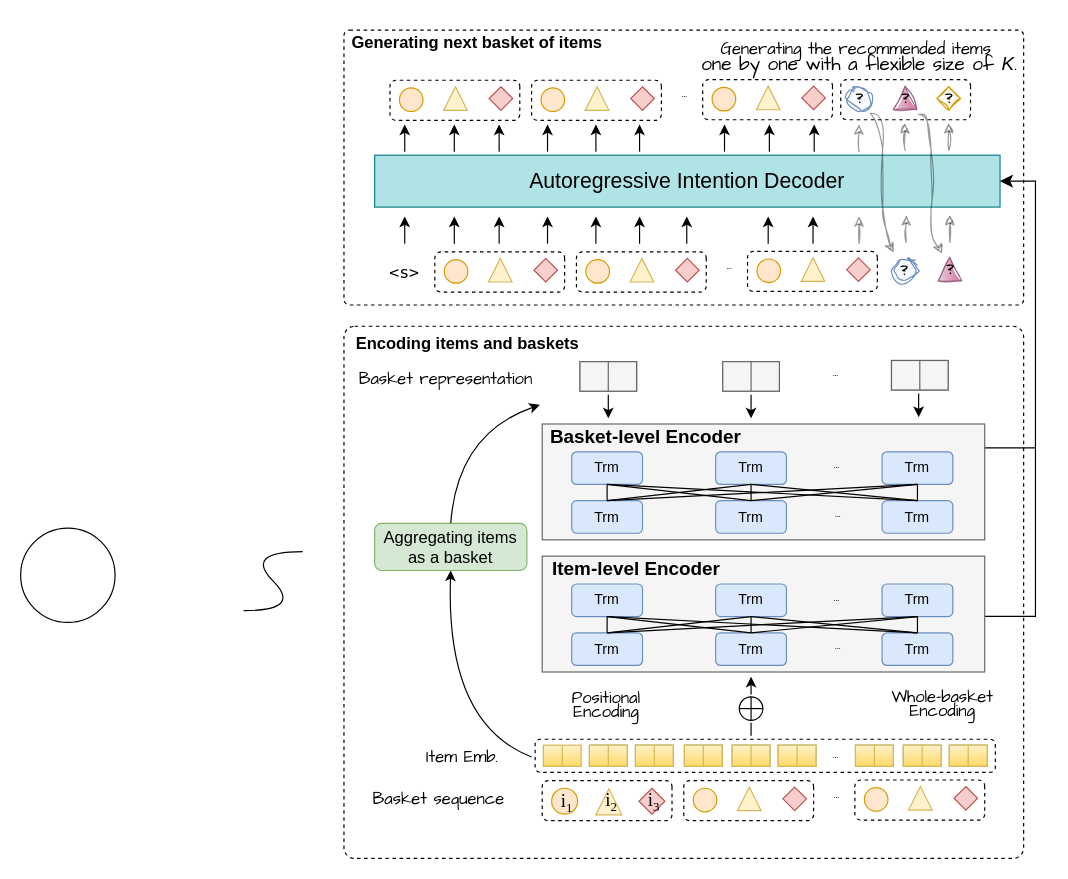
Earlier version of the draw.io diagram architecture.drawio (wenqisun/data). Source tidied: cells renumbered, new cells numbered last; positions are measured from the earlier drawing's top-left corner, leaving out a move shared by most shapes. Both pictures are drawn from the tidied source at 118%, with x=0, y=0 at pixel (20, 20).
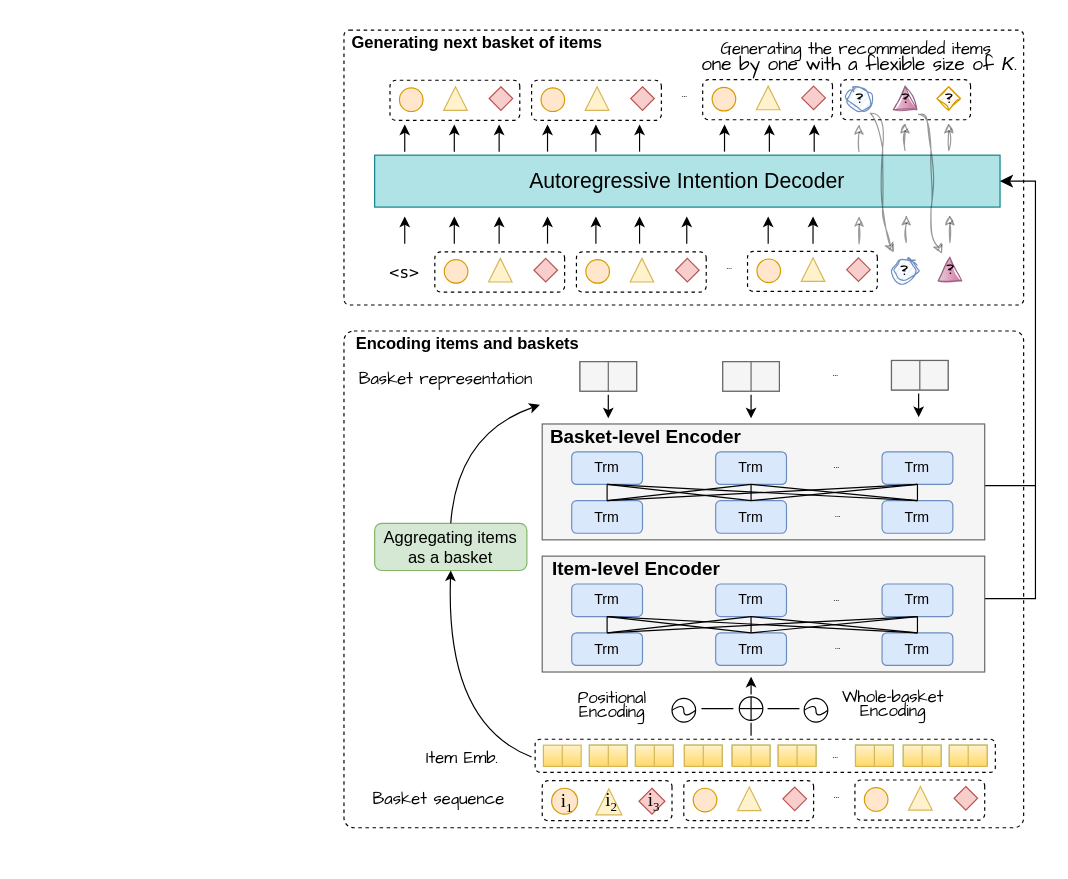
The same diagram, later.

Unchanged cells that the change refers to:
```xml
<mxCell id="65" value="&lt;font style=&quot;font-size: 18px;&quot;&gt;Autoregressive Intention Decoder&lt;/font&gt;" style="rounded=0;whiteSpace=wrap;html=1;fillColor=#b0e3e6;strokeColor=#0e8088;" parent="1" vertex="1">
  <mxGeometry x="300" y="114" width="530" height="44" as="geometry" />
</mxCell>
<mxCell id="157" style="rounded=0;whiteSpace=wrap;html=1;fillColor=#f5f5f5;fontColor=#333333;strokeColor=#666666;" parent="156" vertex="1">
  <mxGeometry x="1" y="5.8" width="375" height="98.2" as="geometry" />
</mxCell>
```

Diff of the diagram source:
```diff
@@
     <mxCell id="2" style="rounded=1;whiteSpace=wrap;html=1;fontFamily=Comic Sans MS;fontSize=12;dashed=1;arcSize=2;" parent="1" vertex="1">
-      <mxGeometry x="274" y="259" width="576" height="451" as="geometry" />
+      <mxGeometry x="274" y="263" width="576" height="421" as="geometry" />
     </mxCell>
@@
     <mxCell id="16" value="&lt;p style=&quot;line-height: 0%;&quot;&gt;&lt;font style=&quot;font-size: 14px;&quot; face=&quot;Comic Sans MS&quot;&gt;Item Emb.&lt;/font&gt;&lt;/p&gt;" style="text;strokeColor=none;align=center;fillColor=none;html=1;verticalAlign=middle;whiteSpace=wrap;rounded=0;dashed=1;" parent="1" vertex="1">
-      <mxGeometry x="336" y="609" width="76.5" height="30" as="geometry" />
+      <mxGeometry x="336" y="610" width="76.5" height="30" as="geometry" />
     </mxCell>
     <mxCell id="17" value="&lt;p style=&quot;line-height: 0%;&quot;&gt;&lt;font style=&quot;font-size: 14px;&quot; face=&quot;Comic Sans MS&quot;&gt;Whole-basket&lt;/font&gt;&lt;/p&gt;&lt;p style=&quot;line-height: 0%;&quot;&gt;&lt;font face=&quot;Comic Sans MS&quot;&gt;&lt;span style=&quot;font-size: 14px;&quot;&gt;Encoding&lt;/span&gt;&lt;/font&gt;&lt;/p&gt;" style="text;strokeColor=none;align=center;fillColor=none;html=1;verticalAlign=middle;whiteSpace=wrap;rounded=0;dashed=1;" parent="1" vertex="1">
-      <mxGeometry x="711.5" y="565" width="138.5" height="30" as="geometry" />
+      <mxGeometry x="683.5" y="565" width="110.5" height="30" as="geometry" />
     </mxCell>
     <mxCell id="18" value="&lt;p style=&quot;line-height: 0%;&quot;&gt;&lt;font style=&quot;font-size: 14px;&quot; face=&quot;Comic Sans MS&quot;&gt;Positional&lt;/font&gt;&lt;/p&gt;&lt;p style=&quot;line-height: 0%;&quot;&gt;&lt;font style=&quot;font-size: 14px;&quot; face=&quot;Comic Sans MS&quot;&gt;Encoding&lt;/font&gt;&lt;/p&gt;" style="text;strokeColor=none;align=center;fillColor=none;html=1;verticalAlign=middle;whiteSpace=wrap;rounded=0;dashed=1;" parent="1" vertex="1">
-      <mxGeometry x="446.5" y="565" width="98.5" height="30" as="geometry" />
+      <mxGeometry x="451.5" y="565" width="98.5" height="30" as="geometry" />
     </mxCell>
@@
-    <mxCell id="102" style="edgeStyle=elbowEdgeStyle;elbow=horizontal;endArrow=classic;html=1;curved=0;rounded=0;endSize=8;startSize=8;fontFamily=Lucida Console;fontSize=12;exitX=1;exitY=0.5;exitDx=0;exitDy=0;entryX=1;entryY=0.5;entryDx=0;entryDy=0;" parent="1" edge="1" target="65">
+    <mxCell id="102" style="edgeStyle=elbowEdgeStyle;elbow=horizontal;endArrow=classic;html=1;curved=0;rounded=0;endSize=8;startSize=8;fontFamily=Lucida Console;fontSize=12;entryX=1;entryY=0.5;entryDx=0;entryDy=0;exitX=0.987;exitY=0.366;exitDx=0;exitDy=0;exitPerimeter=0;" parent="1" edge="1" source="157" target="65">
       <mxGeometry relative="1" as="geometry">
-        <mxPoint x="817" y="504.9" as="sourcePoint" />
         <Array as="points">
           <mxPoint x="860" y="298" />
         </Array>
       </mxGeometry>
     </mxCell>
@@
     <mxCell id="122" style="endArrow=none;html=1;rounded=0;fontFamily=Helvetica;fontSize=18;exitX=1;exitY=0.5;exitDx=0;exitDy=0;" parent="1" edge="1">
       <mxGeometry relative="1" as="geometry">
-        <mxPoint x="817" y="362" as="sourcePoint" />
-        <mxPoint x="860" y="362" as="targetPoint" />
+        <mxPoint x="817" y="394" as="sourcePoint" />
+        <mxPoint x="860" y="394" as="targetPoint" />
       </mxGeometry>
     </mxCell>
@@
-    <mxCell id="154" style="ellipse;whiteSpace=wrap;html=1;" parent="1" vertex="1">
-      <mxGeometry y="430" width="80" height="80" as="geometry" />
-    </mxCell>
-    <mxCell id="155" style="curved=1;endArrow=none;html=1;rounded=0;endFill=0;" parent="1" edge="1">
-      <mxGeometry relative="1" as="geometry">
-        <mxPoint x="189" y="500" as="sourcePoint" />
-        <mxPoint x="239" y="450" as="targetPoint" />
-        <Array as="points">
-          <mxPoint x="239" y="500" />
-          <mxPoint x="189" y="450" />
-        </Array>
-      </mxGeometry>
-    </mxCell>
@@
+    <mxCell id="176" style="group;" parent="1" vertex="1">
+      <mxGeometry x="552" y="573" width="30" height="30" as="geometry" />
+    </mxCell>
+    <mxCell id="177" style="ellipse;whiteSpace=wrap;html=1;" parent="176" vertex="1">
+      <mxGeometry y="1.4" width="20" height="20" as="geometry" />
+    </mxCell>
+    <mxCell id="178" style="curved=1;endArrow=none;html=1;rounded=0;endFill=0;entryX=0;entryY=0.5;entryDx=0;entryDy=0;exitX=1;exitY=0.5;exitDx=0;exitDy=0;" parent="176" edge="1" source="177" target="177">
+      <mxGeometry relative="1" as="geometry">
+        <Array as="points">
+          <mxPoint x="10" y="19" />
+          <mxPoint x="10" y="4.8" />
+        </Array>
+      </mxGeometry>
+    </mxCell>
+    <mxCell id="179" style="group;" parent="1" vertex="1">
+      <mxGeometry x="664" y="573" width="30" height="30" as="geometry" />
+    </mxCell>
+    <mxCell id="180" style="ellipse;whiteSpace=wrap;html=1;" parent="179" vertex="1">
+      <mxGeometry y="1.4" width="20" height="20" as="geometry" />
+    </mxCell>
+    <mxCell id="181" style="curved=1;endArrow=none;html=1;rounded=0;endFill=0;entryX=0;entryY=0.5;entryDx=0;entryDy=0;exitX=1;exitY=0.5;exitDx=0;exitDy=0;" parent="179" edge="1" source="180" target="180">
+      <mxGeometry relative="1" as="geometry">
+        <Array as="points">
+          <mxPoint x="10" y="19" />
+          <mxPoint x="10" y="4.8" />
+        </Array>
+      </mxGeometry>
+    </mxCell>
+    <mxCell id="182" style="endArrow=none;html=1;rounded=0;entryX=0;entryY=0.5;entryDx=0;entryDy=0;" parent="1" edge="1">
+      <mxGeometry relative="1" as="geometry">
+        <mxPoint x="577" y="583" as="sourcePoint" />
+        <mxPoint x="604" y="583" as="targetPoint" />
+      </mxGeometry>
+    </mxCell>
+    <mxCell id="183" style="endArrow=none;html=1;rounded=0;entryX=0;entryY=0.5;entryDx=0;entryDy=0;" parent="1" edge="1">
+      <mxGeometry relative="1" as="geometry">
+        <mxPoint x="633" y="583" as="sourcePoint" />
+        <mxPoint x="660" y="583" as="targetPoint" />
+      </mxGeometry>
+    </mxCell>
```
